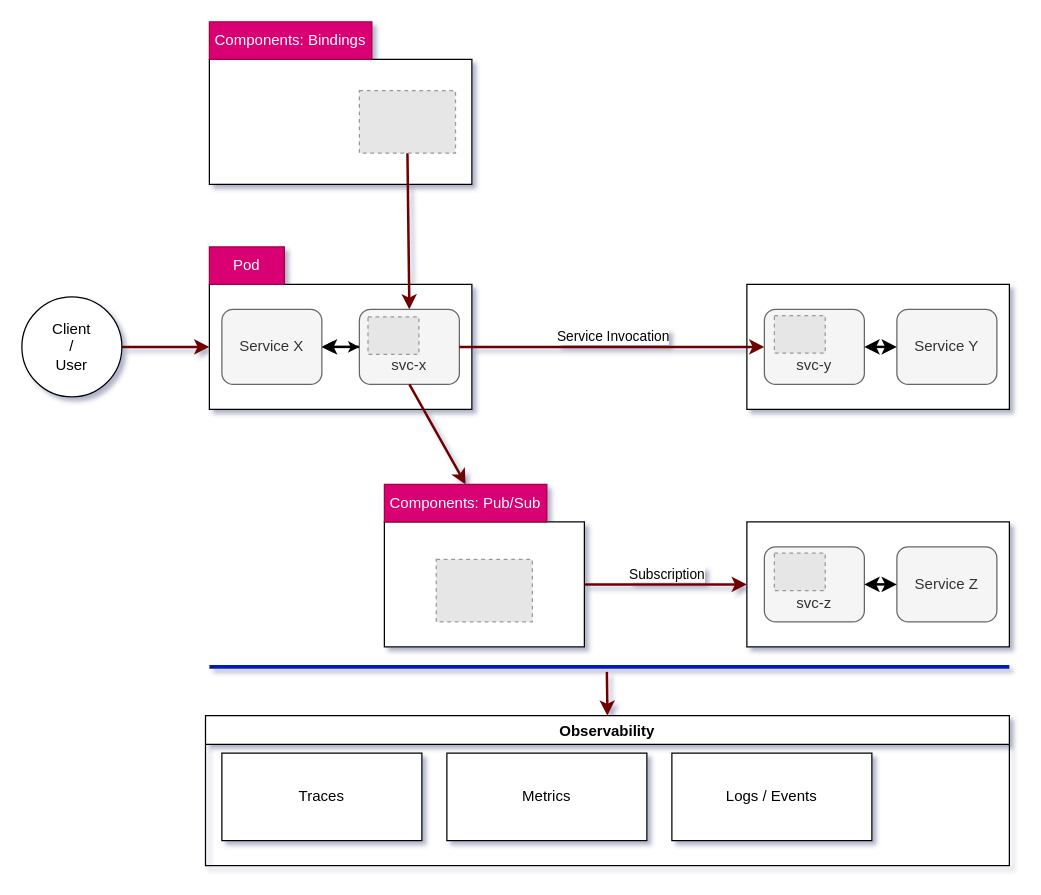
The draw.io diagram dapr.drawio in youngwookim/dapr-playground, before the edit. Source tidied: cells renumbered, new cells numbered last; positions are measured from the earlier drawing's top-left corner, leaving out a move shared by most shapes. Both pictures are drawn from the tidied source at 125%, with x=0, y=0 at pixel (21, 21). Pictures stored in the file or linked from it are replaced by grey dashed boxes.
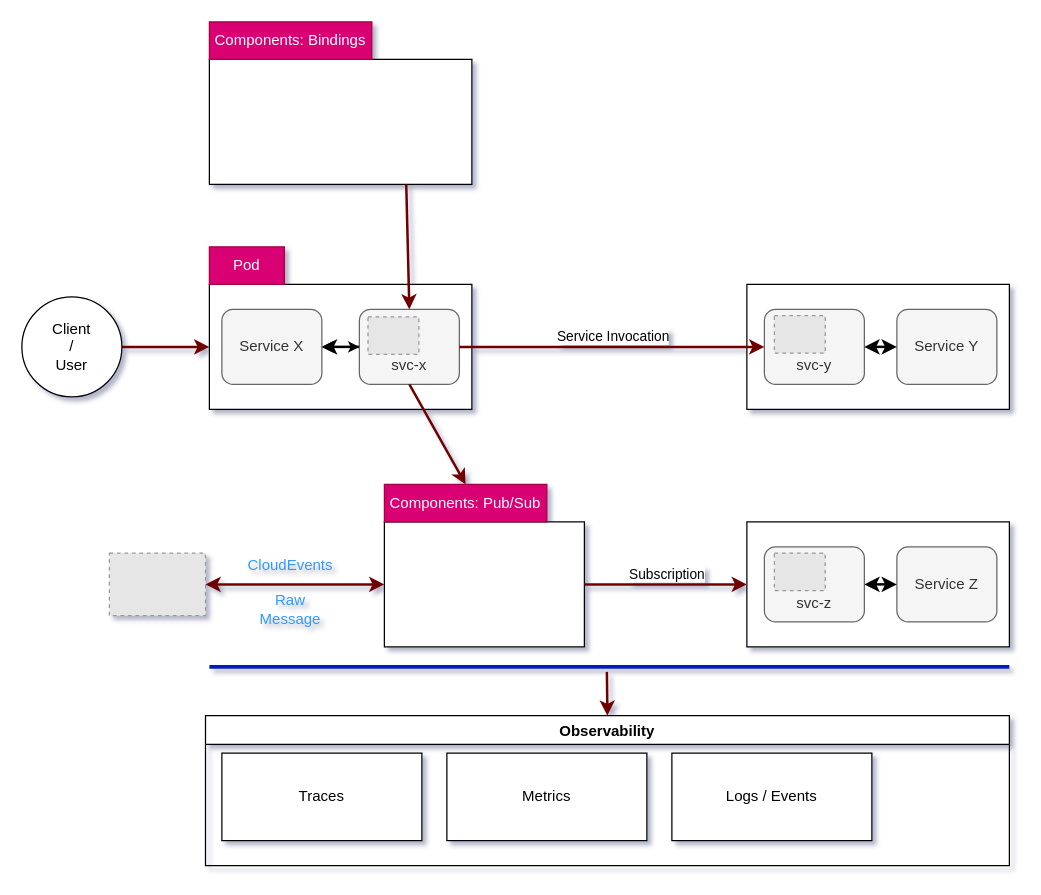
After the change.

The change refers to these unchanged cells:
```xml
<mxCell id="4" value="&lt;br&gt;&lt;br&gt;svc-x" style="rounded=1;whiteSpace=wrap;html=1;fillColor=#f5f5f5;fontColor=#333333;strokeColor=#666666;" parent="1" vertex="1">
  <mxGeometry x="270" y="230" width="80" height="60" as="geometry" />
</mxCell>
<mxCell id="17" style="rounded=0;whiteSpace=wrap;html=1;" parent="1" vertex="1">
  <mxGeometry x="150" y="30" width="210" height="100" as="geometry" />
</mxCell>
<mxCell id="22" style="rounded=0;whiteSpace=wrap;html=1;" parent="1" vertex="1">
  <mxGeometry x="290" y="400" width="160" height="100" as="geometry" />
</mxCell>
```

The edit, as a diff of the source:
```diff
@@
-    <mxCell id="20" style="edgeStyle=none;html=1;exitX=0.5;exitY=1;exitDx=0;exitDy=0;entryX=0.5;entryY=0;entryDx=0;entryDy=0;fillColor=#a20025;strokeColor=#6F0000;strokeWidth=2;" parent="1" edge="1" source="21" target="4">
+    <mxCell id="20" style="edgeStyle=none;html=1;entryX=0.5;entryY=0;entryDx=0;entryDy=0;fillColor=#a20025;strokeColor=#6F0000;strokeWidth=2;exitX=0.75;exitY=1;exitDx=0;exitDy=0;" parent="1" edge="1" source="17" target="4">
       <mxGeometry relative="1" as="geometry" />
     </mxCell>
-    <mxCell id="21" style="fillColor=#E6E6E6;strokeColor=#999999;dashed=1;verticalLabelPosition=bottom;verticalAlign=top;" parent="1" vertex="1">
-      <mxGeometry x="270" y="55" width="76.9" height="50" as="geometry" />
-    </mxCell>
@@
     <mxCell id="24" style="fillColor=#E6E6E6;strokeColor=#999999;dashed=1;verticalLabelPosition=bottom;verticalAlign=top;" parent="1" vertex="1">
-      <mxGeometry x="331.5" y="430" width="76.9" height="50" as="geometry" />
+      <mxGeometry x="70" y="425" width="76.9" height="50" as="geometry" />
     </mxCell>
@@
+    <mxCell id="39" style="endArrow=classic;startArrow=classic;html=1;strokeWidth=2;exitX=1;exitY=0.5;exitDx=0;exitDy=0;entryX=0;entryY=0.5;entryDx=0;entryDy=0;fillColor=#a20025;strokeColor=#6F0000;" parent="1" edge="1" source="24" target="22">
+      <mxGeometry relative="1" as="geometry" />
+    </mxCell>
+    <mxCell id="40" value="&lt;font color=&quot;#3399ff&quot;&gt;CloudEvents&lt;/font&gt;" style="text;html=1;strokeColor=none;fillColor=none;align=center;verticalAlign=middle;whiteSpace=wrap;rounded=0;" parent="1" vertex="1">
+      <mxGeometry x="185" y="420" width="60" height="30" as="geometry" />
+    </mxCell>
+    <mxCell id="41" value="&lt;font color=&quot;#3399ff&quot;&gt;Raw Message&lt;/font&gt;" style="text;html=1;strokeColor=none;fillColor=none;align=center;verticalAlign=middle;whiteSpace=wrap;rounded=0;" parent="1" vertex="1">
+      <mxGeometry x="185" y="455" width="60" height="30" as="geometry" />
+    </mxCell>
```
